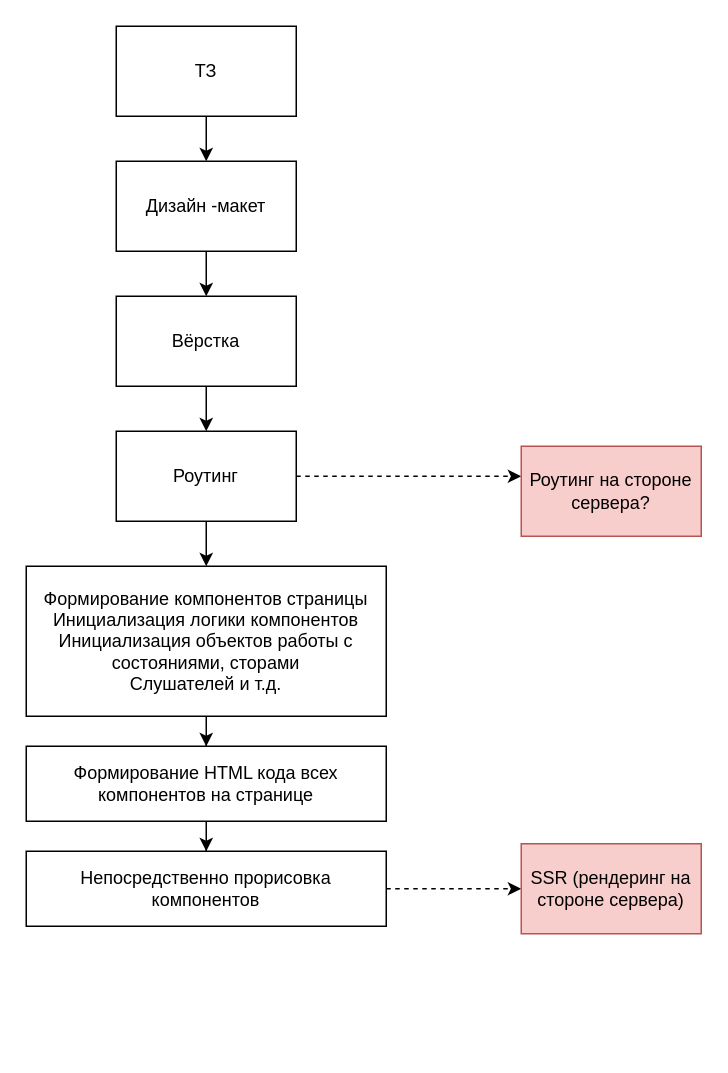
Above: page "Этапы создания проекта" (4 of 9) of TictacToe.drawio in OlegRnd/tic-tac-toe (draw.io), before the change. Source tidied: cells renumbered, new cells numbered last; positions are measured from the earlier drawing's top-left corner, leaving out a move shared by most shapes. Both pictures are drawn from the tidied source at 150%, with x=0, y=0 at pixel (26, 26).
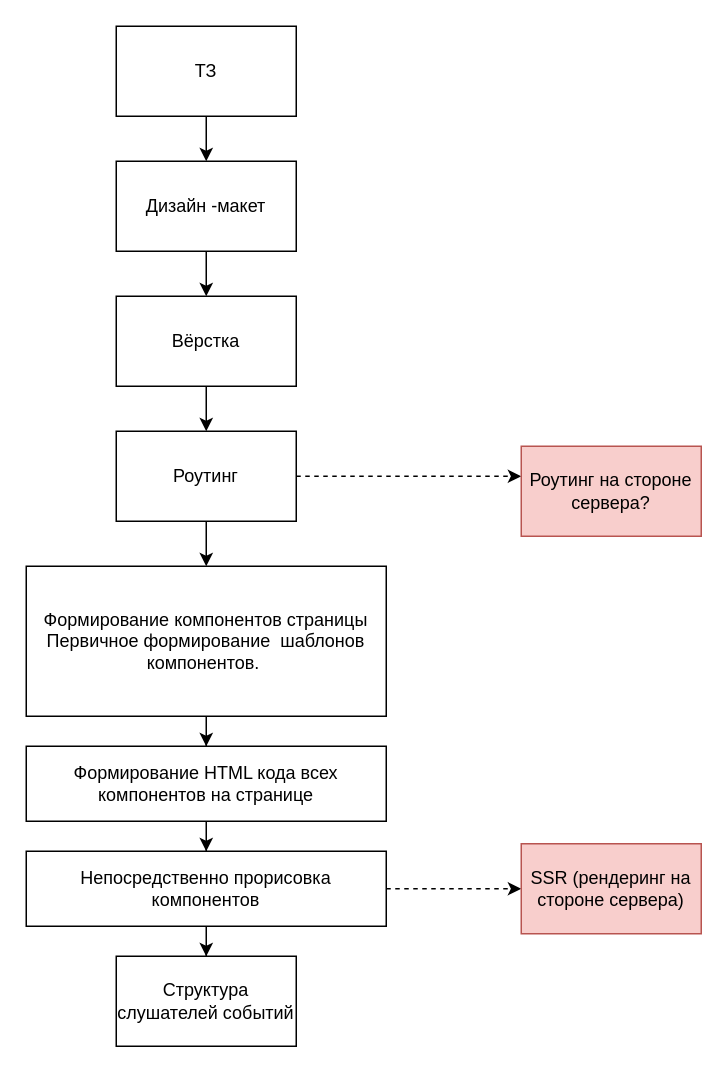
Above is the later version.

Unchanged cells that the change refers to:
```xml
<mxCell id="15" value="Непосредственно прорисовка компонентов" style="whiteSpace=wrap;html=1;rounded=0;fillColor=none;" parent="1" vertex="1">
  <mxGeometry y="550" width="240" height="50" as="geometry" />
</mxCell>
```

What changed in the source:
```diff
@@
-    <mxCell id="10" value="Формирование компонентов страницы&lt;br&gt;Инициализация логики компонентов&lt;br&gt;Инициализация объектов работы с состояниями, сторами&lt;br&gt;Слушателей и т.д." style="whiteSpace=wrap;html=1;rounded=0;fillColor=none;" parent="1" vertex="1">
+    <mxCell id="10" value="Формирование компонентов страницы&lt;br&gt;Первичное формирование&amp;nbsp; шаблонов компонентов.&amp;nbsp;&lt;br&gt;" style="whiteSpace=wrap;html=1;rounded=0;fillColor=none;" parent="1" vertex="1">
       <mxGeometry y="360" width="240" height="100" as="geometry" />
     </mxCell>
@@
+    <mxCell id="19" style="edgeStyle=orthogonalEdgeStyle;rounded=0;jettySize=auto;html=1;" parent="1" edge="1" source="15" target="20">
+      <mxGeometry relative="1" as="geometry" />
+    </mxCell>
@@
+    <mxCell id="20" value="Структура слушателей событий" style="whiteSpace=wrap;html=1;rounded=0;fillColor=none;" parent="1" vertex="1">
+      <mxGeometry x="60" y="620" width="120" height="60" as="geometry" />
+    </mxCell>
```
